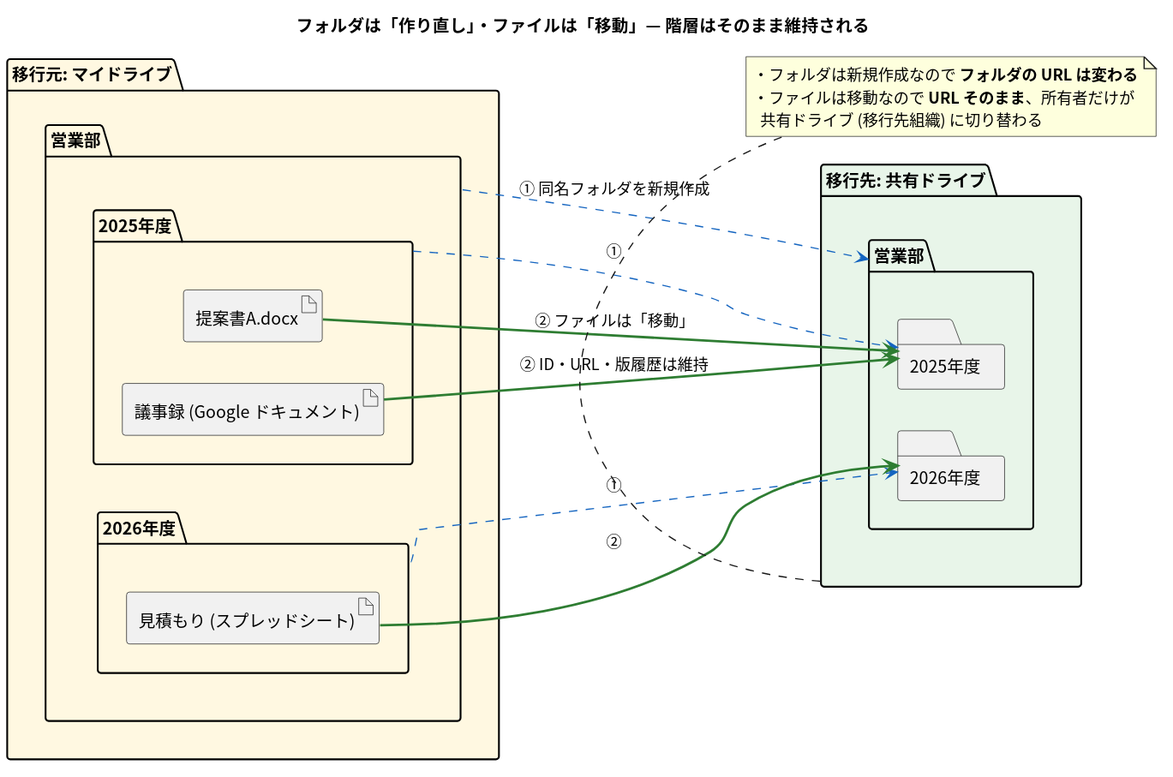
This is gas-drive-migration-2026-07-11/plantuml/out/07_folder_mapping.svg from pollenjp-org/sandbox, a PlantUML export, as it was before one commit. Its diagram source:
```plantuml
@startuml
skinparam defaultFontName "Noto Sans CJK JP"
skinparam shadowing false
left to right direction
title フォルダは「作り直し」・ファイルは「移動」— 階層はそのまま維持される

folder "移行元: マイドライブ" as SRC #FFF8E1 {
  folder "営業部" as s0 {
    folder "2025年度" as s1 {
      artifact "提案書A.docx" as f1
      artifact "議事録 (Google ドキュメント)" as f2
    }
    folder "2026年度" as s2 {
      artifact "見積もり (スプレッドシート)" as f3
    }
  }
}

folder "移行先: 共有ドライブ" as DST #E8F5E9 {
  folder "営業部" as d0 {
    folder "2025年度" as d1
    folder "2026年度" as d2
  }
}

s0 .[#1565C0].> d0 : ① 同名フォルダを新規作成
s1 .[#1565C0].> d1 : ①
s2 .[#1565C0].> d2 : ①
f1 -[#2E7D32,bold]-> d1 : ② ファイルは「移動」
f2 -[#2E7D32,bold]-> d1 : ② ID・URL・版履歴は維持
f3 -[#2E7D32,bold]-> d2 : ②

note bottom of DST
  ・フォルダは新規作成なので **フォルダの URL は変わる**
  ・ファイルは移動なので **URL そのまま**、所有者だけが
    共有ドライブ (移行先組織) に切り替わる
end note
@enduml
```
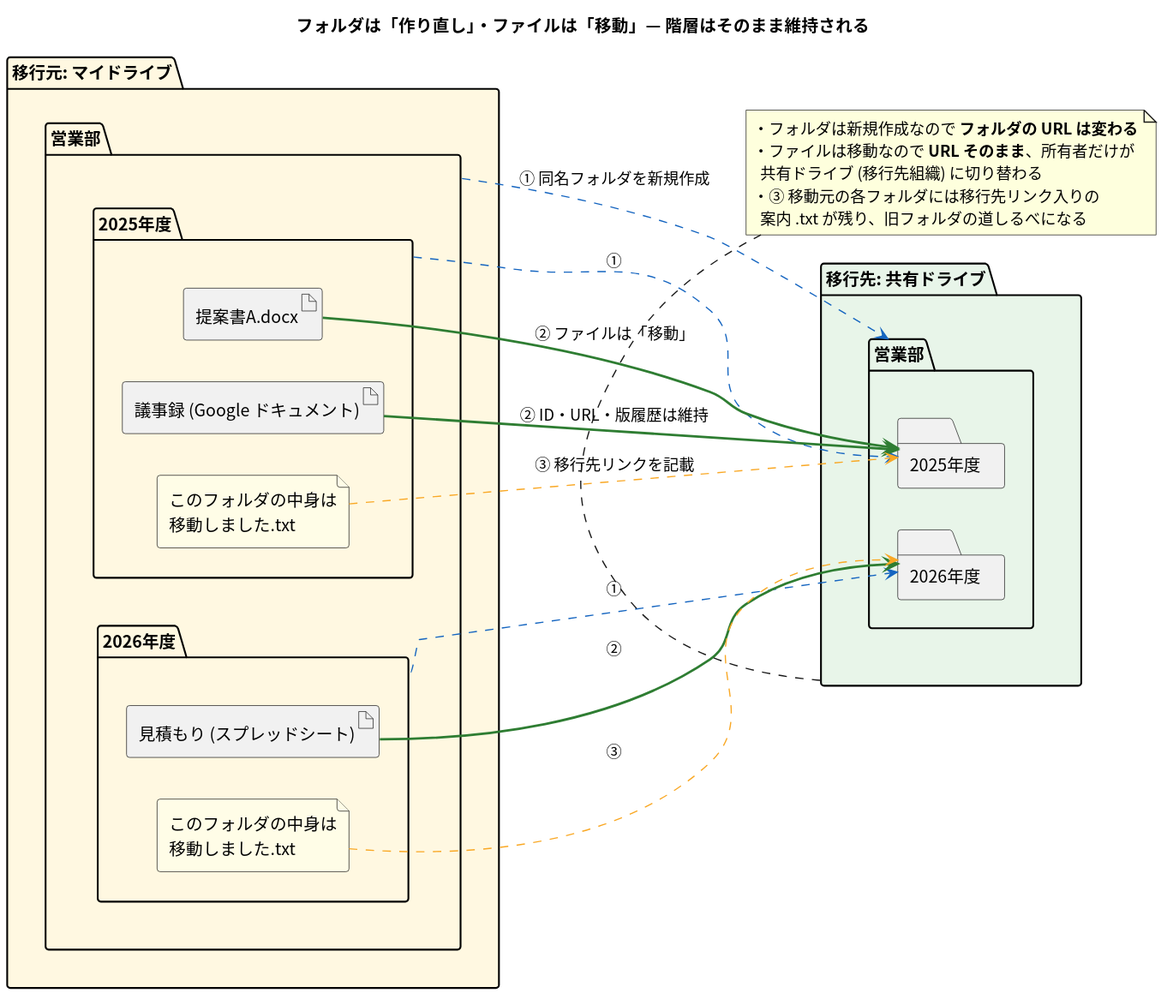
Above is the later version.

Commit message:
Leave a breadcrumb .txt in each source folder pointing to the destination

Diff of the diagram source:
```diff
@@ -9,9 +9,11 @@
     folder "2025年度" as s1 {
       artifact "提案書A.docx" as f1
       artifact "議事録 (Google ドキュメント)" as f2
+      file "このフォルダの中身は\n移動しました.txt" as b1 #FFFDE7
     }
     folder "2026年度" as s2 {
       artifact "見積もり (スプレッドシート)" as f3
+      file "このフォルダの中身は\n移動しました.txt" as b2 #FFFDE7
     }
   }
 }
@@ -29,10 +31,14 @@
 f1 -[#2E7D32,bold]-> d1 : ② ファイルは「移動」
 f2 -[#2E7D32,bold]-> d1 : ② ID・URL・版履歴は維持
 f3 -[#2E7D32,bold]-> d2 : ②
+b1 .[#F9A825].> d1 : ③ 移行先リンクを記載
+b2 .[#F9A825].> d2 : ③
 
 note bottom of DST
   ・フォルダは新規作成なので **フォルダの URL は変わる**
   ・ファイルは移動なので **URL そのまま**、所有者だけが
     共有ドライブ (移行先組織) に切り替わる
+  ・③ 移動元の各フォルダには移行先リンク入りの
+    案内 .txt が残り、旧フォルダの道しるべになる
 end note
 @enduml
```
